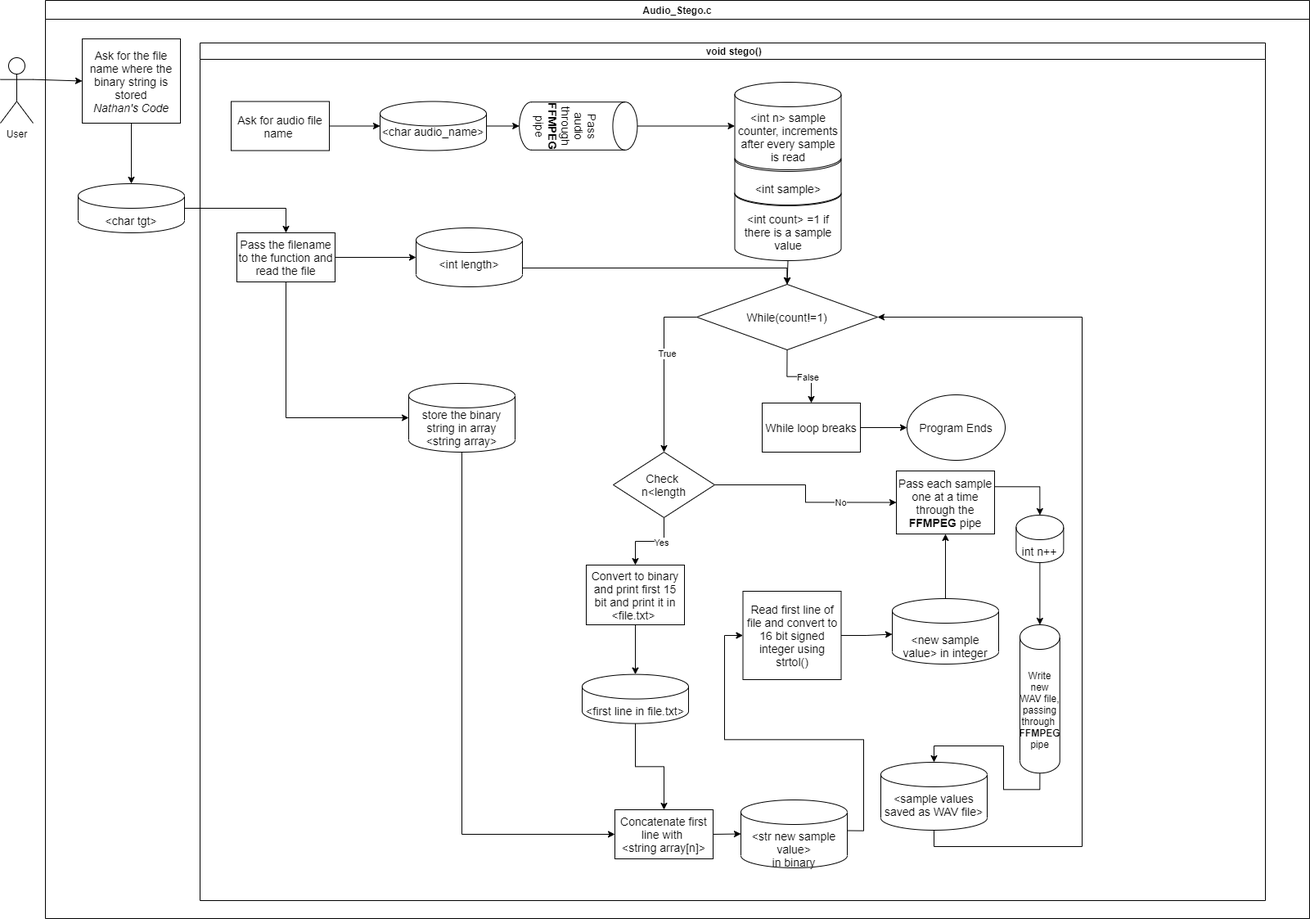
Before: lowlevel.png, a diagram exported from draw.io (PalakMittal/AudioStego). Source tidied: cells renumbered, new cells last; positions are measured from the earlier drawing's top-left corner, leaving out a move shared by most shapes.
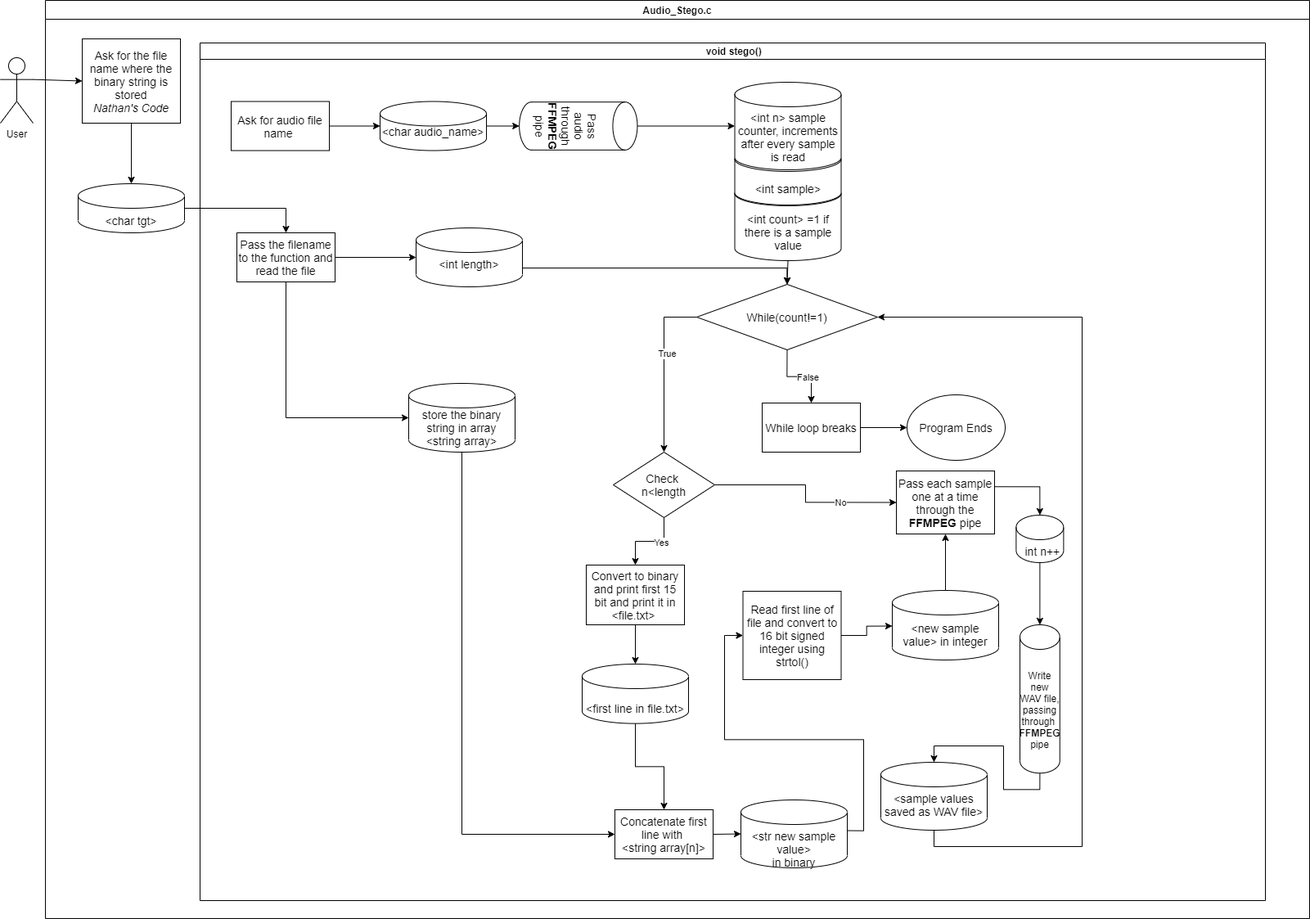
Later version of the same file.

Change to the diagram source:
```diff
@@ -89,7 +89,7 @@
       <mxGeometry x="472" y="638" width="120" height="73" as="geometry" />
     </mxCell>
     <mxCell id="29" value="&lt;font style=&quot;font-size: 14px&quot;&gt;&lt;br&gt;&amp;lt;first line in file.txt&amp;gt;&lt;/font&gt;" style="shape=cylinder3;whiteSpace=wrap;html=1;boundedLbl=1;backgroundOutline=1;size=15;" parent="4" vertex="1">
-      <mxGeometry x="467" y="771.6" width="130" height="60" as="geometry" />
+      <mxGeometry x="467" y="759" width="130" height="72.6" as="geometry" />
     </mxCell>
     <mxCell id="30" style="edgeStyle=orthogonalEdgeStyle;rounded=0;jettySize=auto;html=1;exitX=0.5;exitY=1;exitDx=0;exitDy=0;entryX=0.5;entryY=0;entryDx=0;entryDy=0;entryPerimeter=0;" parent="4" edge="1" source="28" target="29">
       <mxGeometry relative="1" as="geometry" />
@@ -112,8 +112,8 @@
     <mxCell id="36" style="edgeStyle=orthogonalEdgeStyle;rounded=0;jettySize=auto;html=1;exitX=1;exitY=0;exitDx=0;exitDy=37.5;exitPerimeter=0;entryX=0;entryY=0.5;entryDx=0;entryDy=0;" parent="4" edge="1" source="33" target="35">
       <mxGeometry relative="1" as="geometry" />
     </mxCell>
-    <mxCell id="37" value="&lt;font style=&quot;font-size: 14px&quot;&gt;&lt;br&gt;&amp;lt;new sample value&amp;gt; in integer&lt;/font&gt;" style="shape=cylinder3;whiteSpace=wrap;html=1;boundedLbl=1;backgroundOutline=1;size=15;" parent="4" vertex="1">
-      <mxGeometry x="846" y="679" width="130" height="80" as="geometry" />
+    <mxCell id="37" value="&lt;font style=&quot;font-size: 14px&quot;&gt;&amp;lt;new sample value&amp;gt; in integer&lt;/font&gt;" style="shape=cylinder3;whiteSpace=wrap;html=1;boundedLbl=1;backgroundOutline=1;size=15;" parent="4" vertex="1">
+      <mxGeometry x="846" y="669" width="130" height="85" as="geometry" />
     </mxCell>
     <mxCell id="38" style="edgeStyle=orthogonalEdgeStyle;rounded=0;jettySize=auto;html=1;exitX=1;exitY=0.5;exitDx=0;exitDy=0;entryX=0;entryY=0;entryDx=0;entryDy=43.5;entryPerimeter=0;" parent="4" edge="1" source="35" target="37">
       <mxGeometry relative="1" as="geometry" />
@@ -163,7 +163,7 @@
     <mxCell id="51" style="edgeStyle=orthogonalEdgeStyle;rounded=0;jettySize=auto;html=1;exitX=0.5;exitY=1;exitDx=0;exitDy=0;exitPerimeter=0;entryX=0.5;entryY=0;entryDx=0;entryDy=0;entryPerimeter=0;" parent="4" edge="1" source="52" target="47">
       <mxGeometry relative="1" as="geometry" />
     </mxCell>
-    <mxCell id="52" value="&lt;font style=&quot;font-size: 14px&quot;&gt;&lt;br&gt;int n++&lt;/font&gt;" style="shape=cylinder3;whiteSpace=wrap;html=1;boundedLbl=1;backgroundOutline=1;size=15;" parent="4" vertex="1">
+    <mxCell id="52" value="&lt;font style=&quot;font-size: 14px&quot;&gt;&lt;br&gt;&amp;nbsp; int n++&lt;/font&gt;" style="shape=cylinder3;whiteSpace=wrap;html=1;boundedLbl=1;backgroundOutline=1;size=15;" parent="4" vertex="1">
       <mxGeometry x="997.4" y="577" width="58" height="58" as="geometry" />
     </mxCell>
     <mxCell id="53" value="&lt;font style=&quot;font-size: 14px&quot;&gt;Check&amp;nbsp;&lt;br&gt;n&amp;lt;length&lt;/font&gt;" style="rhombus;whiteSpace=wrap;html=1;" parent="4" vertex="1">
```
